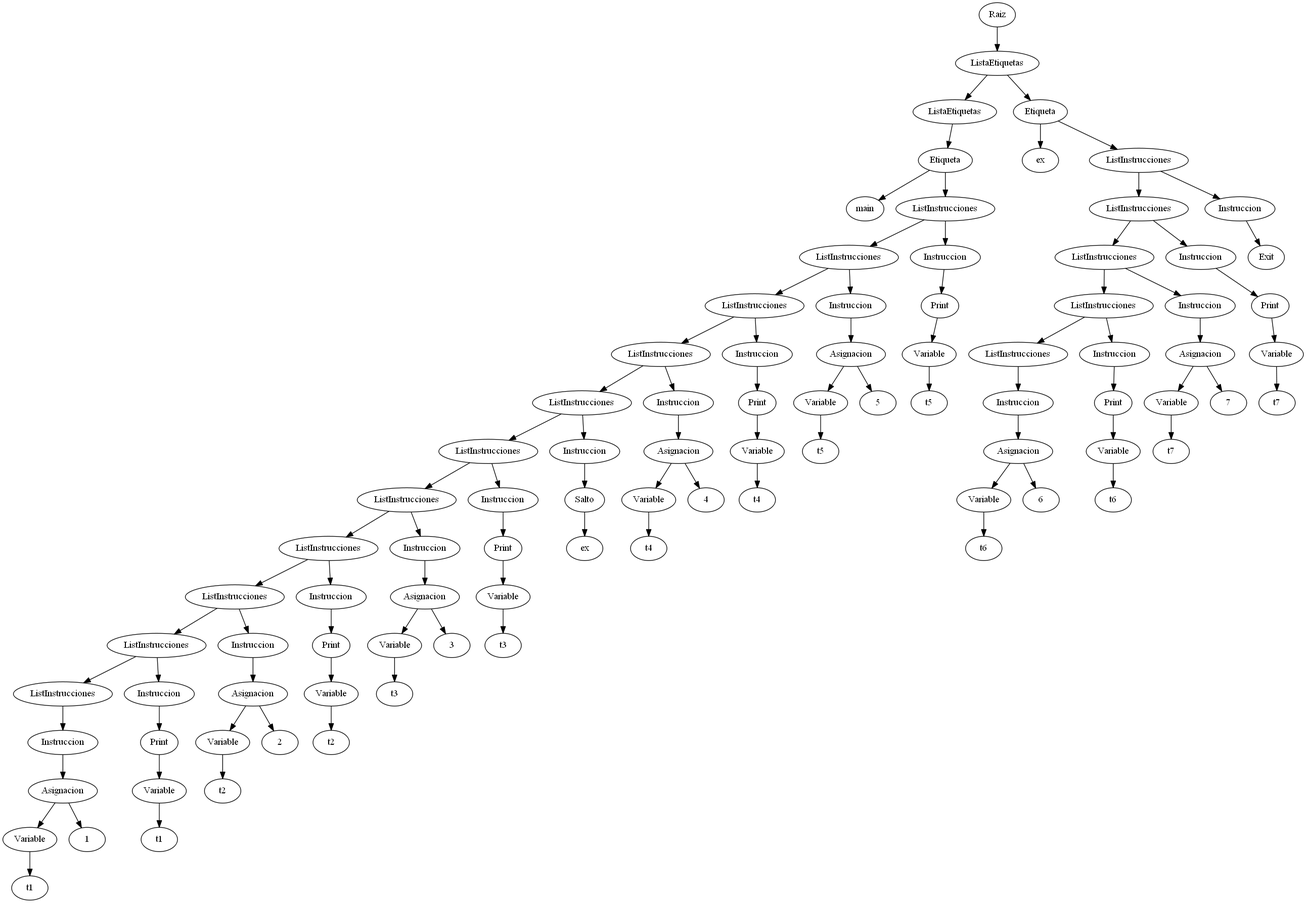
Above: Arbol.png in fermerida/Endgame1 (Graphviz), before the change. Its source is kept beside it as Arbol.dot.
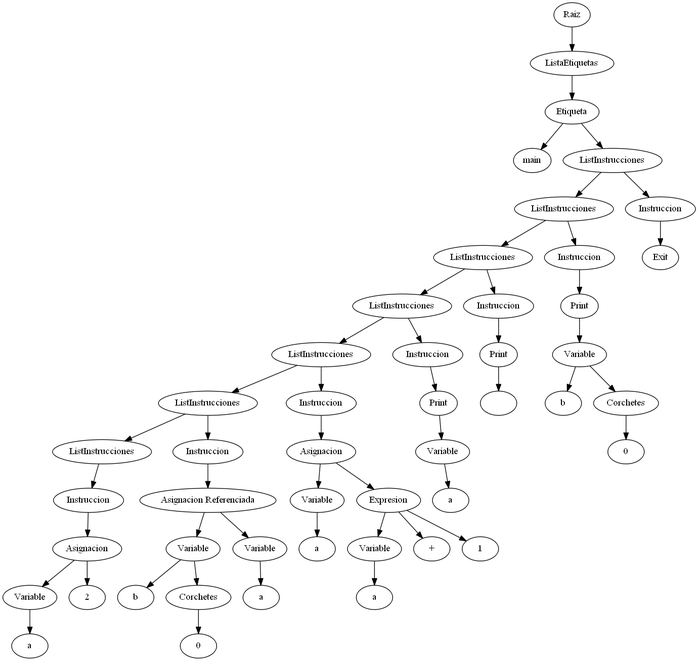
Above is the later version.

Change to the diagram source:
```diff
@@ -1,183 +1,97 @@
 digraph arbolAST{
-Raiz90 [label="Raiz"];
-ListaEtiquetas89 [label="ListaEtiquetas"];
-ListaEtiquetas61 [label="ListaEtiquetas"];
-Etiqueta59 [label="Etiqueta"];
-ID60 [label="main"];
-ListInstrucciones58 [label="ListInstrucciones"];
-ListInstrucciones53 [label="ListInstrucciones"];
-ListInstrucciones47 [label="ListInstrucciones"];
-ListInstrucciones42 [label="ListInstrucciones"];
-ListInstrucciones36 [label="ListInstrucciones"];
-ListInstrucciones32 [label="ListInstrucciones"];
-ListInstrucciones27 [label="ListInstrucciones"];
-ListInstrucciones21 [label="ListInstrucciones"];
-ListInstrucciones16 [label="ListInstrucciones"];
-ListInstrucciones10 [label="ListInstrucciones"];
+Raiz47 [label="Raiz"];
+ListaEtiquetas46 [label="ListaEtiquetas"];
+Etiqueta44 [label="Etiqueta"];
+ID45 [label="main"];
+ListInstrucciones43 [label="ListInstrucciones"];
+ListInstrucciones40 [label="ListInstrucciones"];
+ListInstrucciones33 [label="ListInstrucciones"];
+ListInstrucciones29 [label="ListInstrucciones"];
+ListInstrucciones24 [label="ListInstrucciones"];
+ListInstrucciones14 [label="ListInstrucciones"];
 ListInstrucciones5 [label="ListInstrucciones"];
 Instruccion4 [label="Instruccion"];
 Asignacion3 [label="Asignacion"];
 Variable0 [label="Variable"];
-ID1 [label="t1"];
-Entero2 [label="1"];
-Instruccion9 [label="Instruccion"];
-Print8 [label="Print"];
-Variable6 [label="Variable"];
-ID7 [label="t1"];
-Instruccion15 [label="Instruccion"];
-Asignacion14 [label="Asignacion"];
-Variable11 [label="Variable"];
-ID12 [label="t2"];
-Entero13 [label="2"];
-Instruccion20 [label="Instruccion"];
-Print19 [label="Print"];
+ID1 [label="a"];
+Entero2 [label="2"];
+Instruccion13 [label="Instruccion"];
+Asignacion12 [label="Asignacion Referenciada"];
+Variable8 [label="Variable"];
+ID9 [label="b"];
+Corchetes7 [label="Corchetes"];
+Entero6 [label="0"];
+Variable10 [label="Variable"];
+ID11 [label="a"];
+Instruccion23 [label="Instruccion"];
+Asignacion22 [label="Asignacion"];
+Variable15 [label="Variable"];
+ID16 [label="a"];
+Exp20 [label="Expresion"];
 Variable17 [label="Variable"];
-ID18 [label="t2"];
-Instruccion26 [label="Instruccion"];
-Asignacion25 [label="Asignacion"];
-Variable22 [label="Variable"];
-ID23 [label="t3"];
-Entero24 [label="3"];
-Instruccion31 [label="Instruccion"];
-Print30 [label="Print"];
-Variable28 [label="Variable"];
-ID29 [label="t3"];
-Instruccion35 [label="Instruccion"];
-Salto33 [label="Salto"];
-ID34 [label="ex"];
-Instruccion41 [label="Instruccion"];
-Asignacion40 [label="Asignacion"];
-Variable37 [label="Variable"];
-ID38 [label="t4"];
-Entero39 [label="4"];
-Instruccion46 [label="Instruccion"];
-Print45 [label="Print"];
-Variable43 [label="Variable"];
-ID44 [label="t4"];
-Instruccion52 [label="Instruccion"];
-Asignacion51 [label="Asignacion"];
-Variable48 [label="Variable"];
-ID49 [label="t5"];
-Entero50 [label="5"];
-Instruccion57 [label="Instruccion"];
-Print56 [label="Print"];
-Variable54 [label="Variable"];
-ID55 [label="t5"];
-Etiqueta87 [label="Etiqueta"];
-ID88 [label="ex"];
-ListInstrucciones86 [label="ListInstrucciones"];
-ListInstrucciones83 [label="ListInstrucciones"];
-ListInstrucciones78 [label="ListInstrucciones"];
-ListInstrucciones72 [label="ListInstrucciones"];
-ListInstrucciones67 [label="ListInstrucciones"];
-Instruccion66 [label="Instruccion"];
-Asignacion65 [label="Asignacion"];
-Variable62 [label="Variable"];
-ID63 [label="t6"];
-Entero64 [label="6"];
-Instruccion71 [label="Instruccion"];
-Print70 [label="Print"];
-Variable68 [label="Variable"];
-ID69 [label="t6"];
-Instruccion77 [label="Instruccion"];
-Asignacion76 [label="Asignacion"];
-Variable73 [label="Variable"];
-ID74 [label="t7"];
-Entero75 [label="7"];
-Instruccion82 [label="Instruccion"];
-Print81 [label="Print"];
-Variable79 [label="Variable"];
-ID80 [label="t7"];
-Instruccion85 [label="Instruccion"];
-Exit84 [label="Exit"];
-Etiqueta59->ID60;
+ID18 [label="a"];
+operador21 [label="+"];
+Entero19 [label="1"];
+Instruccion28 [label="Instruccion"];
+Print27 [label="Print"];
+Variable25 [label="Variable"];
+ID26 [label="a"];
+Instruccion32 [label="Instruccion"];
+Print31 [label="Print"];
+Cadena30 [label="\n"];
+Instruccion39 [label="Instruccion"];
+Print38 [label="Print"];
+Variable36 [label="Variable"];
+ID37 [label="b"];
+Corchetes35 [label="Corchetes"];
+Entero34 [label="0"];
+Instruccion42 [label="Instruccion"];
+Exit41 [label="Exit"];
+Etiqueta44->ID45;
 Variable0->ID1;
 Asignacion3->Variable0;
 Asignacion3->Entero2;
 Instruccion4->Asignacion3;
 ListInstrucciones5->Instruccion4;
-ListInstrucciones10->ListInstrucciones5;
-Variable6->ID7;
-Print8->Variable6;
-Instruccion9->Print8;
-ListInstrucciones10->Instruccion9;
-ListInstrucciones16->ListInstrucciones10;
-Variable11->ID12;
-Asignacion14->Variable11;
-Asignacion14->Entero13;
-Instruccion15->Asignacion14;
-ListInstrucciones16->Instruccion15;
-ListInstrucciones21->ListInstrucciones16;
+ListInstrucciones14->ListInstrucciones5;
+Variable8->ID9;
+Corchetes7->Entero6;
+Variable8->Corchetes7;
+Asignacion12->Variable8;
+Variable10->ID11;
+Asignacion12->Variable10;
+Instruccion13->Asignacion12;
+ListInstrucciones14->Instruccion13;
+ListInstrucciones24->ListInstrucciones14;
+Variable15->ID16;
+Asignacion22->Variable15;
 Variable17->ID18;
-Print19->Variable17;
-Instruccion20->Print19;
-ListInstrucciones21->Instruccion20;
-ListInstrucciones27->ListInstrucciones21;
-Variable22->ID23;
-Asignacion25->Variable22;
-Asignacion25->Entero24;
-Instruccion26->Asignacion25;
-ListInstrucciones27->Instruccion26;
-ListInstrucciones32->ListInstrucciones27;
-Variable28->ID29;
-Print30->Variable28;
-Instruccion31->Print30;
-ListInstrucciones32->Instruccion31;
-ListInstrucciones36->ListInstrucciones32;
-Salto33->ID34;
-Instruccion35->Salto33;
-ListInstrucciones36->Instruccion35;
-ListInstrucciones42->ListInstrucciones36;
-Variable37->ID38;
-Asignacion40->Variable37;
-Asignacion40->Entero39;
-Instruccion41->Asignacion40;
-ListInstrucciones42->Instruccion41;
-ListInstrucciones47->ListInstrucciones42;
-Variable43->ID44;
-Print45->Variable43;
-Instruccion46->Print45;
-ListInstrucciones47->Instruccion46;
-ListInstrucciones53->ListInstrucciones47;
-Variable48->ID49;
-Asignacion51->Variable48;
-Asignacion51->Entero50;
-Instruccion52->Asignacion51;
-ListInstrucciones53->Instruccion52;
-ListInstrucciones58->ListInstrucciones53;
-Variable54->ID55;
-Print56->Variable54;
-Instruccion57->Print56;
-ListInstrucciones58->Instruccion57;
-Etiqueta59->ListInstrucciones58;
-ListaEtiquetas61->Etiqueta59;
-ListaEtiquetas89->ListaEtiquetas61;
-Etiqueta87->ID88;
-Variable62->ID63;
-Asignacion65->Variable62;
-Asignacion65->Entero64;
-Instruccion66->Asignacion65;
-ListInstrucciones67->Instruccion66;
-ListInstrucciones72->ListInstrucciones67;
-Variable68->ID69;
-Print70->Variable68;
-Instruccion71->Print70;
-ListInstrucciones72->Instruccion71;
-ListInstrucciones78->ListInstrucciones72;
-Variable73->ID74;
-Asignacion76->Variable73;
-Asignacion76->Entero75;
-Instruccion77->Asignacion76;
-ListInstrucciones78->Instruccion77;
-ListInstrucciones83->ListInstrucciones78;
-Variable79->ID80;
-Print81->Variable79;
-Instruccion82->Print81;
-ListInstrucciones83->Instruccion82;
-ListInstrucciones86->ListInstrucciones83;
-Instruccion85->Exit84;
-ListInstrucciones86->Instruccion85;
-Etiqueta87->ListInstrucciones86;
-ListaEtiquetas89->Etiqueta87;
-Raiz90->ListaEtiquetas89;
+Exp20->Variable17;
+Exp20->operador21;
+Exp20->Entero19;
+Asignacion22->Exp20;
+Instruccion23->Asignacion22;
+ListInstrucciones24->Instruccion23;
+ListInstrucciones29->ListInstrucciones24;
+Variable25->ID26;
+Print27->Variable25;
+Instruccion28->Print27;
+ListInstrucciones29->Instruccion28;
+ListInstrucciones33->ListInstrucciones29;
+Print31->Cadena30;
+Instruccion32->Print31;
+ListInstrucciones33->Instruccion32;
+ListInstrucciones40->ListInstrucciones33;
+Variable36->ID37;
+Corchetes35->Entero34;
+Variable36->Corchetes35;
+Print38->Variable36;
+Instruccion39->Print38;
+ListInstrucciones40->Instruccion39;
+ListInstrucciones43->ListInstrucciones40;
+Instruccion42->Exit41;
+ListInstrucciones43->Instruccion42;
+Etiqueta44->ListInstrucciones43;
+ListaEtiquetas46->Etiqueta44;
+Raiz47->ListaEtiquetas46;
 }
```
